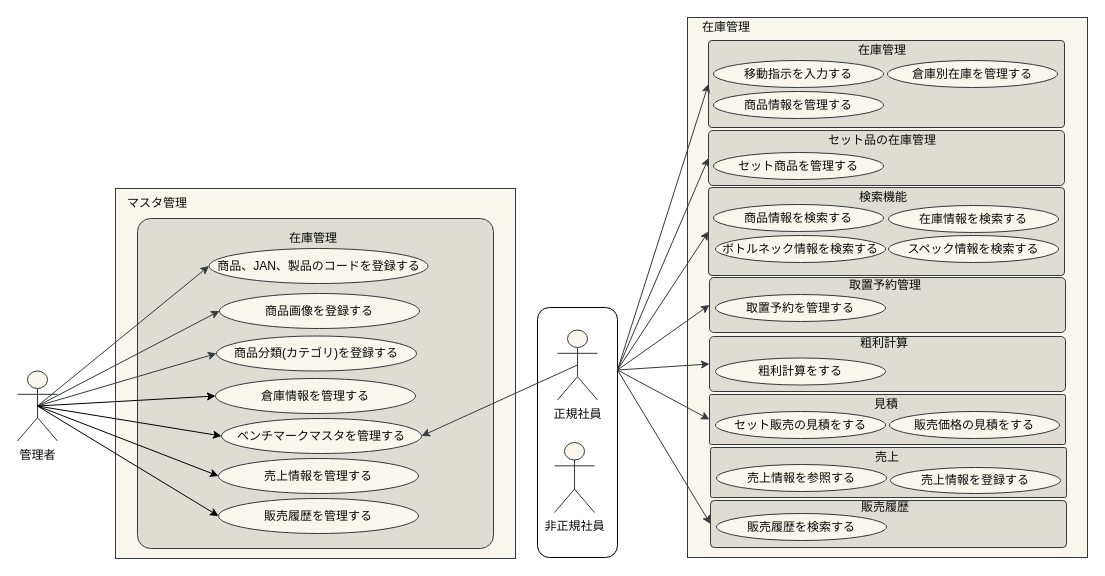
The draw.io diagram page "在庫管理_ユースケース図" (2 of 3) of 各種設計書/2ユースケース図_済/ユースケース図.drawio in HaruShim/Sotuken, before the edit. Source tidied: cells renumbered, new cells numbered last; positions are measured from the earlier drawing's top-left corner, leaving out a move shared by most shapes. Both pictures are drawn from the tidied source at 100%, with x=0, y=0 at pixel (17, 17).
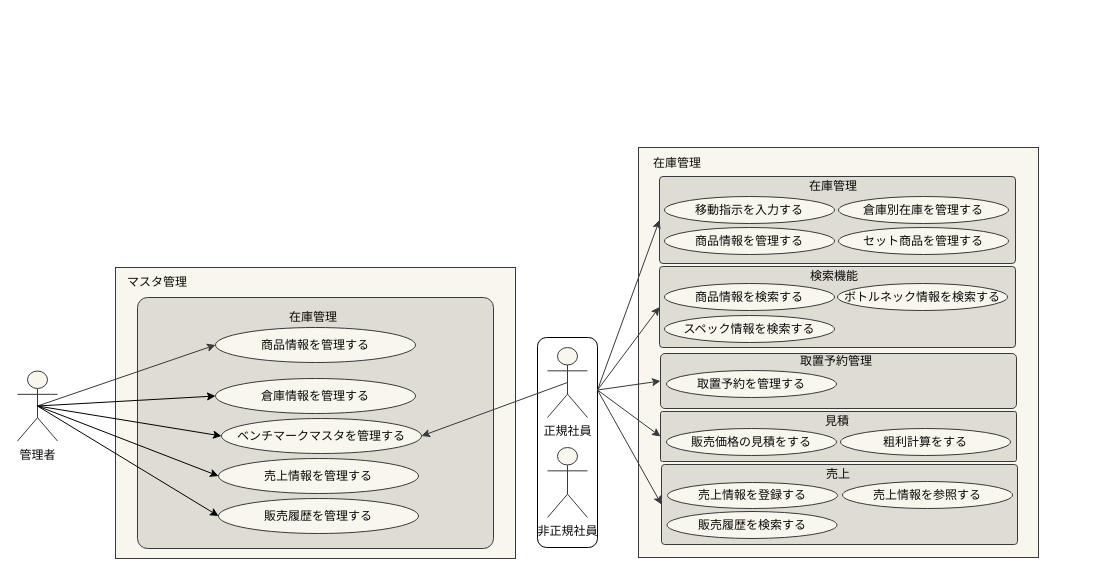
Above is the later version.

Unchanged cells that the change refers to:
```xml
<mxCell id="15" value="管理者" style="shape=umlActor;verticalLabelPosition=bottom;verticalAlign=top;html=1;outlineConnect=0;strokeColor=#36393d;fillColor=#f9f7ed;fontColor=#080808;" parent="12" vertex="1">
  <mxGeometry y="353.5" width="40" height="70" as="geometry" />
</mxCell>
```

The edit, as a diff of the source:
```diff
@@
     <mxCell id="2" style="rounded=0;whiteSpace=wrap;html=1;strokeColor=#36393d;fillColor=#f9f7ed;fontColor=#080808;" parent="1" vertex="1">
-      <mxGeometry x="670" width="400" height="540" as="geometry" />
+      <mxGeometry x="621" y="130" width="400" height="410" as="geometry" />
     </mxCell>
     <mxCell id="3" style="rounded=1;whiteSpace=wrap;html=1;arcSize=4;strokeColor=#36393d;fillColor=#DEDCD3;fontColor=#080808;" parent="1" vertex="1">
-      <mxGeometry x="691" y="23" width="356" height="87" as="geometry" />
+      <mxGeometry x="642" y="159" width="356" height="87" as="geometry" />
     </mxCell>
-    <mxCell id="4" style="rounded=1;whiteSpace=wrap;html=1;arcSize=8;strokeColor=#36393d;fillColor=#DEDCD3;fontColor=#080808;" parent="1" vertex="1">
-      <mxGeometry x="691" y="113" width="356" height="55" as="geometry" />
-    </mxCell>
     <mxCell id="5" style="rounded=1;whiteSpace=wrap;html=1;arcSize=4;strokeColor=#36393d;fillColor=#DEDCD3;fontColor=#080808;" parent="1" vertex="1">
-      <mxGeometry x="691" y="170" width="356" height="88" as="geometry" />
+      <mxGeometry x="642" y="249" width="356" height="81" as="geometry" />
     </mxCell>
     <mxCell id="6" value="検索機能" style="text;html=1;strokeColor=none;fillColor=none;align=center;verticalAlign=middle;whiteSpace=wrap;rounded=0;fontColor=#080808;" parent="1" vertex="1">
-      <mxGeometry x="686" y="170" width="360" height="20" as="geometry" />
+      <mxGeometry x="637" y="249" width="360" height="20" as="geometry" />
     </mxCell>
     <mxCell id="7" style="rounded=1;whiteSpace=wrap;html=1;arcSize=8;strokeColor=#36393d;fillColor=#DEDCD3;fontColor=#080808;" parent="1" vertex="1">
-      <mxGeometry x="692" y="260" width="356" height="55" as="geometry" />
+      <mxGeometry x="643" y="336" width="356" height="55" as="geometry" />
     </mxCell>
-    <mxCell id="8" style="rounded=1;whiteSpace=wrap;html=1;arcSize=8;strokeColor=#36393d;fillColor=#DEDCD3;fontColor=#080808;" parent="1" vertex="1">
-      <mxGeometry x="692" y="319" width="356" height="55" as="geometry" />
-    </mxCell>
     <mxCell id="9" style="rounded=1;whiteSpace=wrap;html=1;arcSize=4;strokeColor=#36393d;fillColor=#DEDCD3;fontColor=#080808;" parent="1" vertex="1">
-      <mxGeometry x="692" y="377" width="356" height="50" as="geometry" />
+      <mxGeometry x="643" y="394" width="356" height="50" as="geometry" />
     </mxCell>
     <mxCell id="10" style="rounded=1;whiteSpace=wrap;html=1;arcSize=4;strokeColor=#36393d;fillColor=#DEDCD3;fontColor=#080808;" parent="1" vertex="1">
-      <mxGeometry x="693" y="430" width="356" height="50" as="geometry" />
+      <mxGeometry x="644" y="447" width="356" height="80" as="geometry" />
     </mxCell>
-    <mxCell id="11" style="rounded=1;whiteSpace=wrap;html=1;arcSize=8;strokeColor=#36393d;fillColor=#DEDCD3;fontColor=#080808;" parent="1" vertex="1">
-      <mxGeometry x="693" y="483" width="356" height="47" as="geometry" />
-    </mxCell>
@@
     <mxCell id="13" style="rounded=1;whiteSpace=wrap;html=1;" parent="12" vertex="1">
-      <mxGeometry x="520" y="290" width="80" height="250" as="geometry" />
+      <mxGeometry x="520" y="320" width="60" height="210" as="geometry" />
     </mxCell>
     <mxCell id="14" style="rounded=0;whiteSpace=wrap;html=1;strokeColor=#36393d;fillColor=#f9f7ed;fontColor=#080808;" parent="12" vertex="1">
-      <mxGeometry x="98" y="171" width="400" height="370" as="geometry" />
+      <mxGeometry x="98" y="250" width="400" height="291" as="geometry" />
     </mxCell>
@@
     <mxCell id="16" value="移動指示を入力する" style="ellipse;whiteSpace=wrap;html=1;strokeColor=#36393d;fillColor=#f9f7ed;fontColor=#080808;" parent="12" vertex="1">
-      <mxGeometry x="696" y="43" width="170" height="27" as="geometry" />
+      <mxGeometry x="647" y="179" width="170" height="27" as="geometry" />
     </mxCell>
     <mxCell id="17" style="rounded=1;whiteSpace=wrap;html=1;arcSize=4;strokeColor=#36393d;fillColor=#DEDCD3;fontColor=#080808;" parent="12" vertex="1">
-      <mxGeometry x="120" y="201" width="356" height="330" as="geometry" />
+      <mxGeometry x="120" y="280" width="356" height="251" as="geometry" />
     </mxCell>
     <mxCell id="18" value="在庫管理" style="text;html=1;strokeColor=none;fillColor=none;align=center;verticalAlign=middle;whiteSpace=wrap;rounded=0;fontColor=#080808;" parent="12" vertex="1">
-      <mxGeometry x="669" width="80" height="20" as="geometry" />
+      <mxGeometry x="620" y="136" width="80" height="20" as="geometry" />
     </mxCell>
     <mxCell id="19" value="マスタ管理" style="text;html=1;strokeColor=none;fillColor=none;align=center;verticalAlign=middle;whiteSpace=wrap;rounded=0;fontColor=#080808;" parent="12" vertex="1">
-      <mxGeometry x="100" y="171" width="80" height="30" as="geometry" />
+      <mxGeometry x="100" y="250" width="80" height="30" as="geometry" />
     </mxCell>
     <mxCell id="20" value="在庫管理" style="text;html=1;strokeColor=none;fillColor=none;align=center;verticalAlign=middle;whiteSpace=wrap;rounded=0;fontColor=#080808;" parent="12" vertex="1">
-      <mxGeometry x="685" y="23" width="360" height="20" as="geometry" />
+      <mxGeometry x="636" y="159" width="360" height="20" as="geometry" />
     </mxCell>
-    <mxCell id="21" value="商品、JAN、製品のコードを登録する" style="ellipse;whiteSpace=wrap;html=1;strokeColor=#36393d;fillColor=#f9f7ed;fontColor=#080808;" parent="12" vertex="1">
-      <mxGeometry x="191.5" y="231" width="219" height="35" as="geometry" />
-    </mxCell>
-    <mxCell id="22" value="商品画像を登録する" style="ellipse;whiteSpace=wrap;html=1;strokeColor=#36393d;fillColor=#f9f7ed;fontColor=#080808;" parent="12" vertex="1">
-      <mxGeometry x="202" y="276" width="200" height="35" as="geometry" />
+    <mxCell id="22" value="商品情報を管理する" style="ellipse;whiteSpace=wrap;html=1;strokeColor=#36393d;fillColor=#f9f7ed;fontColor=#080808;" parent="12" vertex="1">
+      <mxGeometry x="198" y="310" width="200" height="35" as="geometry" />
     </mxCell>
-    <mxCell id="23" value="商品分類(カテゴリ)を登録する" style="ellipse;whiteSpace=wrap;html=1;strokeColor=#36393d;fillColor=#f9f7ed;fontColor=#080808;" parent="12" vertex="1">
-      <mxGeometry x="199" y="318.5" width="200" height="35" as="geometry" />
-    </mxCell>
-    <mxCell id="24" style="endArrow=classic;html=1;rounded=0;exitX=0.5;exitY=0.5;exitDx=0;exitDy=0;exitPerimeter=0;entryX=0;entryY=0.5;entryDx=0;entryDy=0;strokeColor=#36393d;fillColor=#f9f7ed;fontColor=#080808;" parent="12" edge="1" source="15" target="21">
-      <mxGeometry relative="1" as="geometry" />
-    </mxCell>
@@
-    <mxCell id="26" style="endArrow=classic;html=1;rounded=0;exitX=0.5;exitY=0.5;exitDx=0;exitDy=0;exitPerimeter=0;entryX=0;entryY=0.5;entryDx=0;entryDy=0;strokeColor=#36393d;fillColor=#f9f7ed;fontColor=#080808;" parent="12" edge="1" source="15" target="23">
-      <mxGeometry relative="1" as="geometry" />
-    </mxCell>
-    <mxCell id="27" value="セット品の在庫管理" style="text;html=1;strokeColor=none;fillColor=none;align=center;verticalAlign=middle;whiteSpace=wrap;rounded=0;fontColor=#080808;" parent="12" vertex="1">
-      <mxGeometry x="685" y="113" width="360" height="20" as="geometry" />
-    </mxCell>
@@
     <mxCell id="29" value="在庫管理" style="text;html=1;strokeColor=none;fillColor=none;align=center;verticalAlign=middle;whiteSpace=wrap;rounded=0;fontColor=#080808;" parent="12" vertex="1">
-      <mxGeometry x="122" y="211" width="348" height="20" as="geometry" />
+      <mxGeometry x="122" y="290" width="348" height="20" as="geometry" />
     </mxCell>
@@
     <mxCell id="34" value="倉庫別在庫を管理する" style="ellipse;whiteSpace=wrap;html=1;strokeColor=#36393d;fillColor=#f9f7ed;fontColor=#080808;" parent="12" vertex="1">
-      <mxGeometry x="870" y="43" width="170" height="27" as="geometry" />
+      <mxGeometry x="821" y="179" width="170" height="27" as="geometry" />
     </mxCell>
     <mxCell id="35" value="商品情報を管理する" style="ellipse;whiteSpace=wrap;html=1;strokeColor=#36393d;fillColor=#f9f7ed;fontColor=#080808;" parent="12" vertex="1">
-      <mxGeometry x="696" y="74" width="170" height="27" as="geometry" />
+      <mxGeometry x="647" y="210" width="170" height="27" as="geometry" />
     </mxCell>
     <mxCell id="36" value="セット商品を管理する" style="ellipse;whiteSpace=wrap;html=1;strokeColor=#36393d;fillColor=#f9f7ed;fontColor=#080808;" parent="12" vertex="1">
-      <mxGeometry x="696" y="135" width="170" height="27" as="geometry" />
+      <mxGeometry x="821" y="210" width="170" height="27" as="geometry" />
     </mxCell>
     <mxCell id="37" value="商品情報を検索する" style="ellipse;whiteSpace=wrap;html=1;strokeColor=#36393d;fillColor=#f9f7ed;fontColor=#080808;" parent="12" vertex="1">
-      <mxGeometry x="696" y="187" width="170" height="27" as="geometry" />
+      <mxGeometry x="647" y="266" width="170" height="27" as="geometry" />
     </mxCell>
-    <mxCell id="38" value="在庫情報を検索する" style="ellipse;whiteSpace=wrap;html=1;strokeColor=#36393d;fillColor=#f9f7ed;fontColor=#080808;" parent="12" vertex="1">
-      <mxGeometry x="871" y="188" width="170" height="27" as="geometry" />
-    </mxCell>
     <mxCell id="39" value="ボトルネック情報を検索する" style="ellipse;whiteSpace=wrap;html=1;strokeColor=#36393d;fillColor=#f9f7ed;fontColor=#080808;" parent="12" vertex="1">
-      <mxGeometry x="698" y="218" width="170" height="27" as="geometry" />
+      <mxGeometry x="820" y="266" width="170" height="27" as="geometry" />
     </mxCell>
     <mxCell id="40" value="スペック情報を検索する" style="ellipse;whiteSpace=wrap;html=1;strokeColor=#36393d;fillColor=#f9f7ed;fontColor=#080808;" parent="12" vertex="1">
-      <mxGeometry x="871" y="218" width="170" height="27" as="geometry" />
+      <mxGeometry x="647" y="298" width="170" height="27" as="geometry" />
     </mxCell>
     <mxCell id="41" value="取置予約管理" style="text;html=1;strokeColor=none;fillColor=none;align=center;verticalAlign=middle;whiteSpace=wrap;rounded=0;fontColor=#080808;" parent="12" vertex="1">
-      <mxGeometry x="688" y="258" width="360" height="20" as="geometry" />
+      <mxGeometry x="639" y="334" width="360" height="20" as="geometry" />
     </mxCell>
     <mxCell id="42" value="取置予約を管理する" style="ellipse;whiteSpace=wrap;html=1;strokeColor=#36393d;fillColor=#f9f7ed;fontColor=#080808;" parent="12" vertex="1">
-      <mxGeometry x="698" y="277" width="170" height="27" as="geometry" />
+      <mxGeometry x="649" y="353" width="170" height="27" as="geometry" />
     </mxCell>
-    <mxCell id="43" value="粗利計算" style="text;html=1;strokeColor=none;fillColor=none;align=center;verticalAlign=middle;whiteSpace=wrap;rounded=0;fontColor=#080808;" parent="12" vertex="1">
-      <mxGeometry x="687" y="316" width="360" height="20" as="geometry" />
-    </mxCell>
     <mxCell id="44" value="粗利計算をする" style="ellipse;whiteSpace=wrap;html=1;strokeColor=#36393d;fillColor=#f9f7ed;fontColor=#080808;" parent="12" vertex="1">
-      <mxGeometry x="698" y="340.5" width="170" height="27" as="geometry" />
+      <mxGeometry x="823" y="411" width="170" height="27" as="geometry" />
     </mxCell>
-    <mxCell id="45" value="セット販売の見積をする" style="ellipse;whiteSpace=wrap;html=1;strokeColor=#36393d;fillColor=#f9f7ed;fontColor=#080808;" parent="12" vertex="1">
-      <mxGeometry x="698" y="394" width="170" height="27" as="geometry" />
-    </mxCell>
     <mxCell id="46" value="見積" style="text;html=1;strokeColor=none;fillColor=none;align=center;verticalAlign=middle;whiteSpace=wrap;rounded=0;fontColor=#080808;" parent="12" vertex="1">
-      <mxGeometry x="689" y="377" width="360" height="20" as="geometry" />
+      <mxGeometry x="640" y="394" width="360" height="20" as="geometry" />
     </mxCell>
     <mxCell id="47" value="販売価格の見積をする" style="ellipse;whiteSpace=wrap;html=1;strokeColor=#36393d;fillColor=#f9f7ed;fontColor=#080808;" parent="12" vertex="1">
-      <mxGeometry x="872" y="394" width="170" height="27" as="geometry" />
+      <mxGeometry x="649" y="411" width="170" height="27" as="geometry" />
     </mxCell>
     <mxCell id="48" value="売上情報を参照する" style="ellipse;whiteSpace=wrap;html=1;strokeColor=#36393d;fillColor=#f9f7ed;fontColor=#080808;" parent="12" vertex="1">
-      <mxGeometry x="699" y="447" width="170" height="27" as="geometry" />
+      <mxGeometry x="825" y="464" width="170" height="27" as="geometry" />
     </mxCell>
     <mxCell id="49" value="売上" style="text;html=1;strokeColor=none;fillColor=none;align=center;verticalAlign=middle;whiteSpace=wrap;rounded=0;fontColor=#080808;" parent="12" vertex="1">
-      <mxGeometry x="690" y="430" width="360" height="20" as="geometry" />
+      <mxGeometry x="641" y="447" width="360" height="20" as="geometry" />
     </mxCell>
     <mxCell id="50" value="売上情報を登録する" style="ellipse;whiteSpace=wrap;html=1;strokeColor=#36393d;fillColor=#f9f7ed;fontColor=#080808;" parent="12" vertex="1">
-      <mxGeometry x="873" y="450" width="170" height="26" as="geometry" />
+      <mxGeometry x="650" y="465" width="170" height="26" as="geometry" />
     </mxCell>
-    <mxCell id="51" value="販売履歴" style="text;html=1;strokeColor=none;fillColor=none;align=center;verticalAlign=middle;whiteSpace=wrap;rounded=0;fontColor=#080808;" parent="12" vertex="1">
-      <mxGeometry x="688" y="480" width="360" height="20" as="geometry" />
-    </mxCell>
     <mxCell id="52" value="販売履歴を検索する" style="ellipse;whiteSpace=wrap;html=1;strokeColor=#36393d;fillColor=#f9f7ed;fontColor=#080808;" parent="12" vertex="1">
-      <mxGeometry x="699" y="496" width="170" height="27" as="geometry" />
+      <mxGeometry x="649.5" y="494" width="170" height="27" as="geometry" />
     </mxCell>
@@
-    <mxCell id="57" style="endArrow=classic;html=1;rounded=0;exitX=1;exitY=0.25;exitDx=0;exitDy=0;entryX=0;entryY=0.5;entryDx=0;entryDy=0;strokeColor=#36393d;fillColor=#f9f7ed;fontColor=#080808;startArrow=none;" parent="12" edge="1" source="13" target="4">
-      <mxGeometry relative="1" as="geometry" />
-    </mxCell>
@@
     <mxCell id="59" value="正規社員" style="shape=umlActor;verticalLabelPosition=bottom;verticalAlign=top;html=1;outlineConnect=0;strokeColor=#36393d;fillColor=#f9f7ed;fontColor=#080808;" parent="12" vertex="1">
-      <mxGeometry x="540" y="312.5" width="40" height="70" as="geometry" />
+      <mxGeometry x="530" y="330" width="40" height="70" as="geometry" />
     </mxCell>
     <mxCell id="60" value="非正規社員" style="shape=umlActor;verticalLabelPosition=bottom;verticalAlign=top;html=1;strokeColor=#36393d;fillColor=#f9f7ed;fontColor=#080808;" parent="12" vertex="1">
-      <mxGeometry x="537" y="425" width="40" height="70" as="geometry" />
+      <mxGeometry x="530" y="430" width="40" height="70" as="geometry" />
     </mxCell>
@@
-    <mxCell id="63" style="endArrow=classic;html=1;rounded=0;entryX=0;entryY=0.5;entryDx=0;entryDy=0;strokeColor=#36393d;fillColor=#f9f7ed;fontColor=#080808;startArrow=none;exitX=1;exitY=0.25;exitDx=0;exitDy=0;" parent="12" edge="1" source="13" target="8">
-      <mxGeometry relative="1" as="geometry" />
-    </mxCell>
@@
-    <mxCell id="65" style="endArrow=classic;html=1;rounded=0;entryX=0;entryY=0.5;entryDx=0;entryDy=0;strokeColor=#36393d;fillColor=#f9f7ed;fontColor=#080808;startArrow=none;exitX=1;exitY=0.25;exitDx=0;exitDy=0;" parent="12" edge="1" source="13" target="11">
+    <mxCell id="65" style="endArrow=classic;html=1;rounded=0;entryX=0;entryY=0.5;entryDx=0;entryDy=0;strokeColor=#36393d;fillColor=#f9f7ed;fontColor=#080808;startArrow=none;exitX=1;exitY=0.25;exitDx=0;exitDy=0;" parent="12" edge="1" source="13" target="10">
       <mxGeometry relative="1" as="geometry" />
     </mxCell>
```
